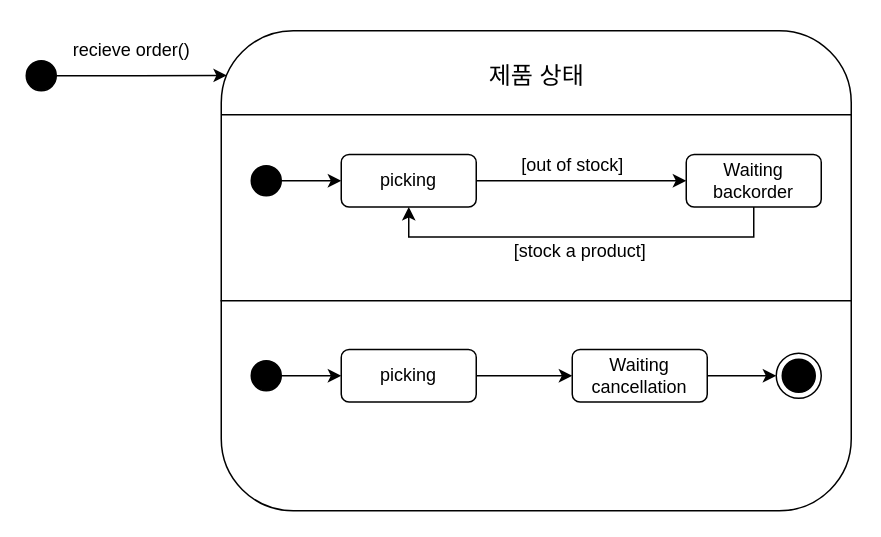
Above: 시분설_6조_STD.drawio in dbsrudrla/diagram (draw.io), before the change. Source tidied: cells renumbered, new cells numbered last; positions are measured from the earlier drawing's top-left corner, leaving out a move shared by most shapes. Both pictures are drawn from the tidied source at 150%, with x=0, y=0 at pixel (26, 27).
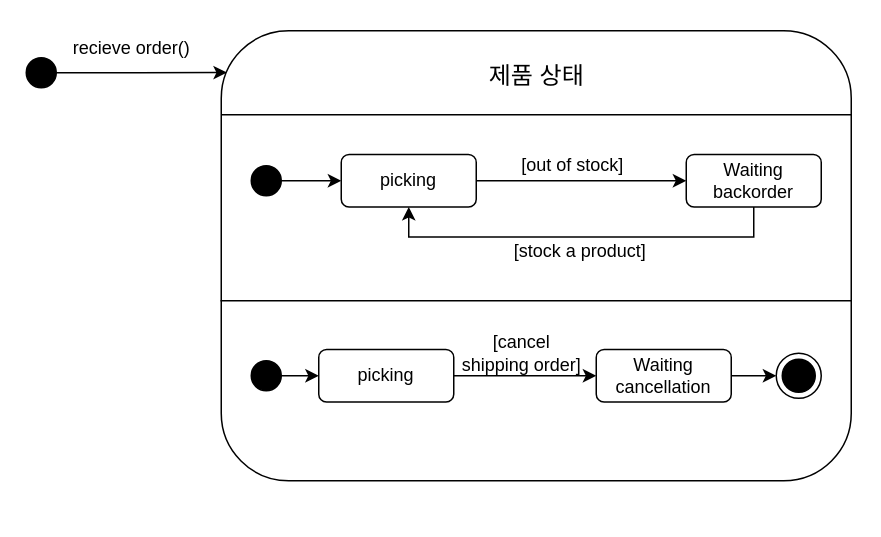
The same diagram, later.

Commit message (it also covers changes not shown here):
시분설_6조_STD.drawio 업데이트

What changed in the source:
```diff
@@
     <mxCell id="3" style="ellipse;whiteSpace=wrap;html=1;fillColor=#000000;" parent="1" vertex="1">
-      <mxGeometry y="22" width="20" height="20" as="geometry" />
+      <mxGeometry y="20" width="20" height="20" as="geometry" />
     </mxCell>
     <mxCell id="4" value="recieve order()" style="text;html=1;align=center;verticalAlign=middle;strokeColor=none;fillColor=none;" parent="1" vertex="1">
-      <mxGeometry x="20" width="100" height="30" as="geometry" />
+      <mxGeometry x="20" y="-1" width="100" height="30" as="geometry" />
     </mxCell>
     <mxCell id="5" style="rounded=1;whiteSpace=wrap;html=1;" parent="1" vertex="1">
-      <mxGeometry x="130" y="2" width="420" height="320" as="geometry" />
+      <mxGeometry x="130" y="2" width="420" height="300" as="geometry" />
     </mxCell>
@@
     <mxCell id="20" value="picking" style="rounded=1;whiteSpace=wrap;html=1;" parent="1" vertex="1">
-      <mxGeometry x="210" y="214.5" width="90" height="35" as="geometry" />
+      <mxGeometry x="195" y="214.5" width="90" height="35" as="geometry" />
     </mxCell>
@@
     <mxCell id="22" value="Waiting cancellation" style="rounded=1;whiteSpace=wrap;html=1;" parent="1" vertex="1">
-      <mxGeometry x="364" y="214.5" width="90" height="35" as="geometry" />
+      <mxGeometry x="380" y="214.5" width="90" height="35" as="geometry" />
     </mxCell>
@@
+    <mxCell id="24" value="[cancel &lt;br&gt;shipping order]" style="text;html=1;align=center;verticalAlign=middle;strokeColor=none;fillColor=none;" parent="1" vertex="1">
+      <mxGeometry x="280" y="197" width="100" height="40" as="geometry" />
+    </mxCell>
```
